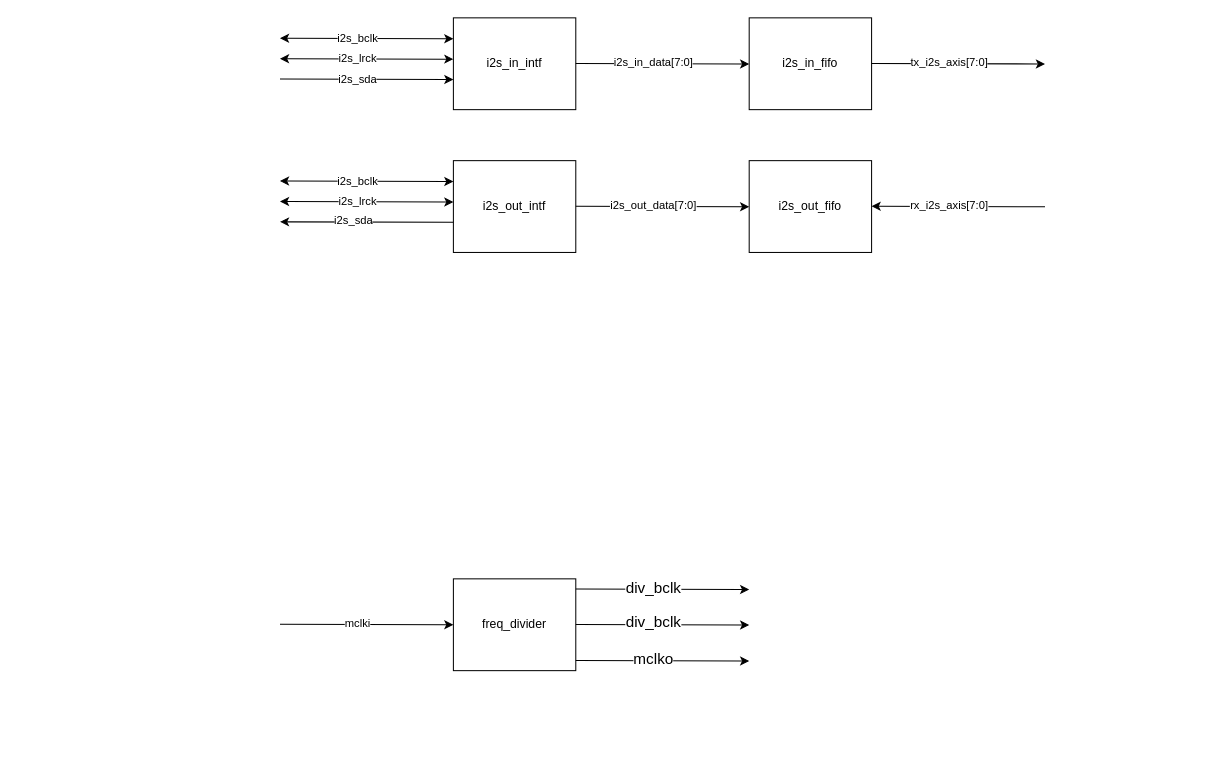
Earlier version of the draw.io diagram page "架构 - i2s" (13 of 15) of Audio-Ethernet.drawio (gdhzyz/draws). Source tidied: cells renumbered, new cells numbered last; positions are measured from the earlier drawing's top-left corner, leaving out a move shared by most shapes. Both pictures are drawn from the tidied source at 102%, with x=0, y=0 at pixel (279, 17).
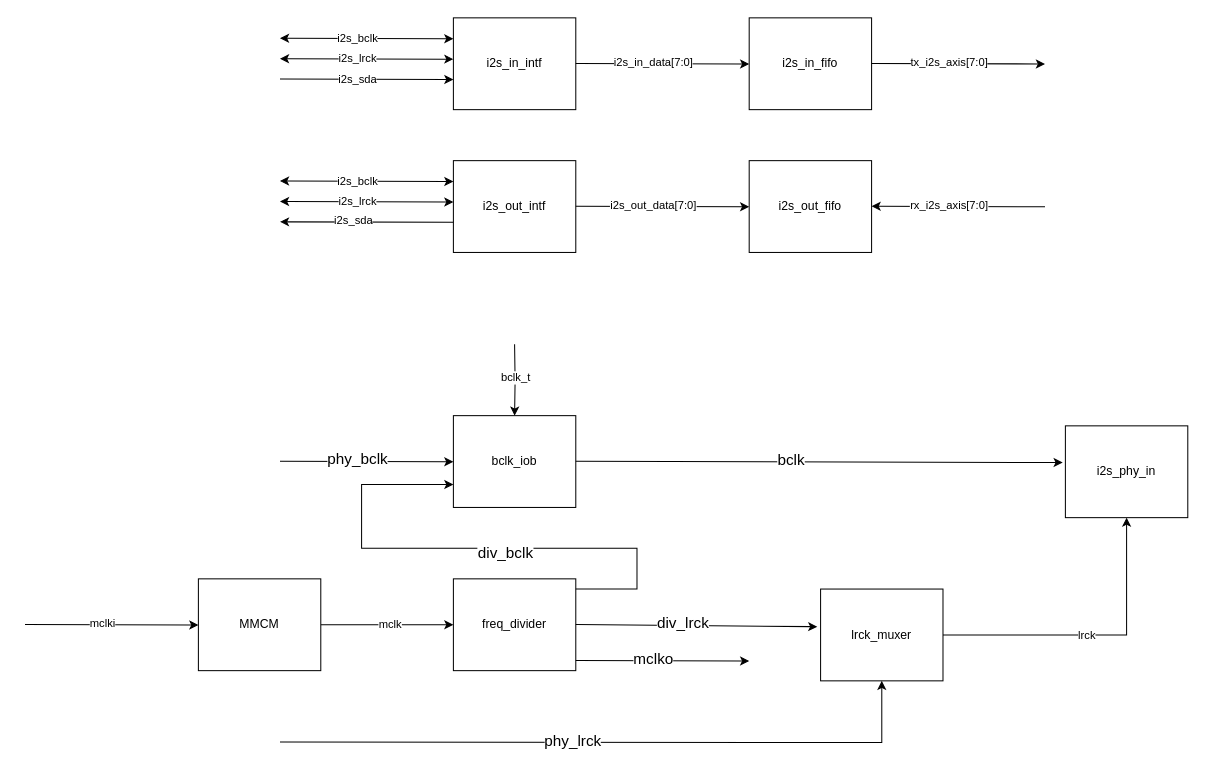
The same diagram, later.

Unchanged cells that the change refers to:
```xml
<mxCell id="26" value="freq_divider" style="rounded=0;whiteSpace=wrap;html=1;" parent="1" vertex="1">
  <mxGeometry x="170" y="550" width="120" height="90" as="geometry" />
</mxCell>
```

What changed in the source:
```diff
@@
     <mxCell id="27" style="endArrow=classic;html=1;rounded=0;entryX=-0.006;entryY=0.511;entryDx=0;entryDy=0;entryPerimeter=0;startArrow=none;startFill=0;" parent="1" edge="1">
       <mxGeometry relative="1" as="geometry">
-        <mxPoint y="594.5" as="sourcePoint" />
-        <mxPoint x="170" y="595" as="targetPoint" />
+        <mxPoint x="-250" y="594.7" as="sourcePoint" />
+        <mxPoint x="-80" y="595.2" as="targetPoint" />
       </mxGeometry>
     </mxCell>
@@
-    <mxCell id="29" style="endArrow=classic;html=1;rounded=0;entryX=-0.006;entryY=0.511;entryDx=0;entryDy=0;entryPerimeter=0;startArrow=none;startFill=0;" parent="1" edge="1">
+    <mxCell id="29" style="endArrow=classic;html=1;rounded=0;entryX=0;entryY=0.75;entryDx=0;entryDy=0;startArrow=none;startFill=0;edgeStyle=orthogonalEdgeStyle;" parent="1" edge="1" target="37">
       <mxGeometry relative="1" as="geometry">
         <mxPoint x="290" y="560" as="sourcePoint" />
-        <mxPoint x="460" y="560.5" as="targetPoint" />
+        <Array as="points">
+          <mxPoint x="350" y="560" />
+          <mxPoint x="350" y="520" />
+          <mxPoint x="80" y="520" />
+          <mxPoint x="80" y="457" />
+        </Array>
       </mxGeometry>
     </mxCell>
@@
-    <mxCell id="31" style="endArrow=classic;html=1;rounded=0;entryX=-0.006;entryY=0.511;entryDx=0;entryDy=0;entryPerimeter=0;startArrow=none;startFill=0;" parent="1" edge="1">
+    <mxCell id="31" style="endArrow=classic;html=1;rounded=0;entryX=-0.027;entryY=0.41;entryDx=0;entryDy=0;entryPerimeter=0;startArrow=none;startFill=0;" parent="1" edge="1" target="44">
       <mxGeometry relative="1" as="geometry">
         <mxPoint x="290" y="594.7" as="sourcePoint" />
-        <mxPoint x="460" y="595.2" as="targetPoint" />
       </mxGeometry>
     </mxCell>
-    <mxCell id="32" value="div_bclk" style="edgeLabel;html=1;align=center;verticalAlign=middle;fontSize=15;" parent="31" vertex="1">
+    <mxCell id="32" value="div_lrck" style="edgeLabel;html=1;align=center;verticalAlign=middle;fontSize=15;" parent="31" vertex="1">
       <mxGeometry x="-0.12" y="3" relative="1" as="geometry" />
     </mxCell>
@@
+    <mxCell id="35" style="edgeStyle=orthogonalEdgeStyle;rounded=0;jettySize=auto;html=1;exitX=0.5;exitY=0;exitDx=0;exitDy=0;entryX=0.5;entryY=0;entryDx=0;entryDy=0;" parent="1" edge="1" target="37">
+      <mxGeometry relative="1" as="geometry">
+        <mxPoint x="230" y="320" as="sourcePoint" />
+      </mxGeometry>
+    </mxCell>
+    <mxCell id="36" value="bclk_t" style="edgeLabel;html=1;align=center;verticalAlign=middle;" parent="35" vertex="1">
+      <mxGeometry x="-0.06" relative="1" as="geometry" />
+    </mxCell>
+    <mxCell id="37" value="bclk_iob" style="rounded=0;whiteSpace=wrap;html=1;" parent="1" vertex="1">
+      <mxGeometry x="170" y="390" width="120" height="90" as="geometry" />
+    </mxCell>
+    <mxCell id="38" style="endArrow=classic;html=1;rounded=0;entryX=-0.006;entryY=0.511;entryDx=0;entryDy=0;entryPerimeter=0;startArrow=none;startFill=0;" parent="1" edge="1">
+      <mxGeometry relative="1" as="geometry">
+        <mxPoint y="434.7" as="sourcePoint" />
+        <mxPoint x="170" y="435.2" as="targetPoint" />
+      </mxGeometry>
+    </mxCell>
+    <mxCell id="39" value="phy_bclk" style="edgeLabel;html=1;align=center;verticalAlign=middle;fontSize=15;" parent="38" vertex="1">
+      <mxGeometry x="-0.12" y="3" relative="1" as="geometry" />
+    </mxCell>
+    <mxCell id="40" style="endArrow=classic;html=1;rounded=0;entryX=-0.022;entryY=0.4;entryDx=0;entryDy=0;entryPerimeter=0;startArrow=none;startFill=0;" parent="1" edge="1" target="47">
+      <mxGeometry relative="1" as="geometry">
+        <mxPoint x="290" y="434.7" as="sourcePoint" />
+      </mxGeometry>
+    </mxCell>
+    <mxCell id="41" value="bclk" style="edgeLabel;html=1;align=center;verticalAlign=middle;fontSize=15;" parent="40" vertex="1">
+      <mxGeometry x="-0.12" y="3" relative="1" as="geometry" />
+    </mxCell>
+    <mxCell id="42" style="edgeStyle=orthogonalEdgeStyle;rounded=0;jettySize=auto;html=1;exitX=1;exitY=0.5;exitDx=0;exitDy=0;entryX=0.5;entryY=1;entryDx=0;entryDy=0;" parent="1" edge="1" source="44" target="47">
+      <mxGeometry relative="1" as="geometry" />
+    </mxCell>
+    <mxCell id="43" value="lrck" style="edgeLabel;html=1;align=center;verticalAlign=middle;" parent="42" vertex="1">
+      <mxGeometry x="-0.05" y="1" relative="1" as="geometry" />
+    </mxCell>
+    <mxCell id="44" value="lrck_muxer" style="rounded=0;whiteSpace=wrap;html=1;" parent="1" vertex="1">
+      <mxGeometry x="530" y="560" width="120" height="90" as="geometry" />
+    </mxCell>
+    <mxCell id="45" style="endArrow=classic;html=1;rounded=0;startArrow=none;startFill=0;edgeStyle=orthogonalEdgeStyle;entryX=0.5;entryY=1;entryDx=0;entryDy=0;" parent="1" edge="1" target="44">
+      <mxGeometry relative="1" as="geometry">
+        <mxPoint y="710" as="sourcePoint" />
+      </mxGeometry>
+    </mxCell>
+    <mxCell id="46" value="phy_lrck" style="edgeLabel;html=1;align=center;verticalAlign=middle;fontSize=15;" parent="45" vertex="1">
+      <mxGeometry x="-0.12" y="3" relative="1" as="geometry" />
+    </mxCell>
+    <mxCell id="47" value="i2s_phy_in" style="rounded=0;whiteSpace=wrap;html=1;" parent="1" vertex="1">
+      <mxGeometry x="770" y="400" width="120" height="90" as="geometry" />
+    </mxCell>
+    <mxCell id="48" style="edgeStyle=orthogonalEdgeStyle;rounded=0;jettySize=auto;html=1;exitX=1;exitY=0.5;exitDx=0;exitDy=0;entryX=0;entryY=0.5;entryDx=0;entryDy=0;" parent="1" edge="1" source="50" target="26">
+      <mxGeometry relative="1" as="geometry" />
+    </mxCell>
+    <mxCell id="49" value="mclk" style="edgeLabel;html=1;align=center;verticalAlign=middle;" parent="48" vertex="1">
+      <mxGeometry x="0.03" y="1" relative="1" as="geometry" />
+    </mxCell>
+    <mxCell id="50" value="MMCM" style="rounded=0;whiteSpace=wrap;html=1;" parent="1" vertex="1">
+      <mxGeometry x="-80" y="550" width="120" height="90" as="geometry" />
+    </mxCell>
```
